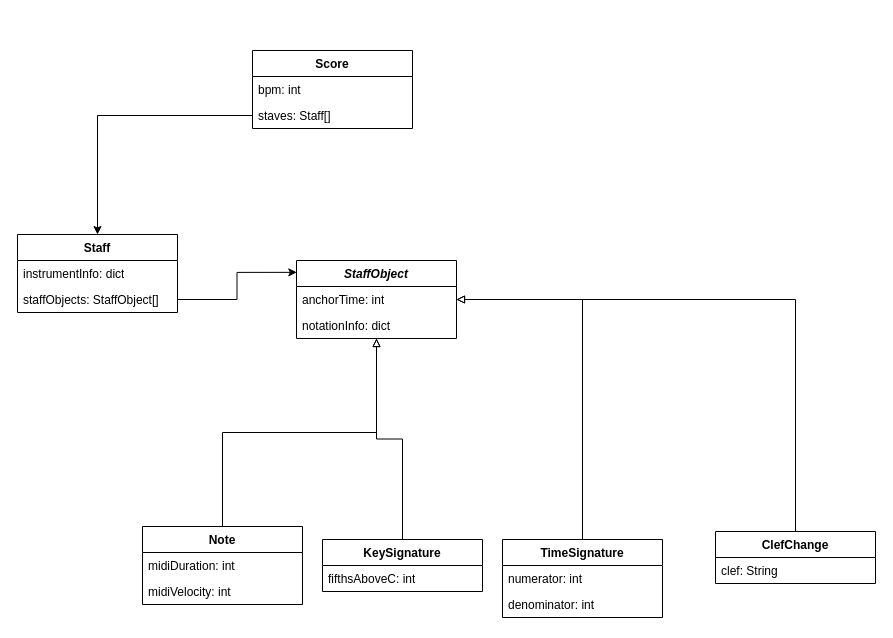
Above: docs/flowcharts/2 data structure.drawio in Bingergie/midi2musicxml (draw.io), before the change. Source tidied: cells renumbered, new cells numbered last; positions are measured from the earlier drawing's top-left corner, leaving out a move shared by most shapes. Both pictures are drawn from the tidied source at 100%, with x=0, y=0 at pixel (17, 50).
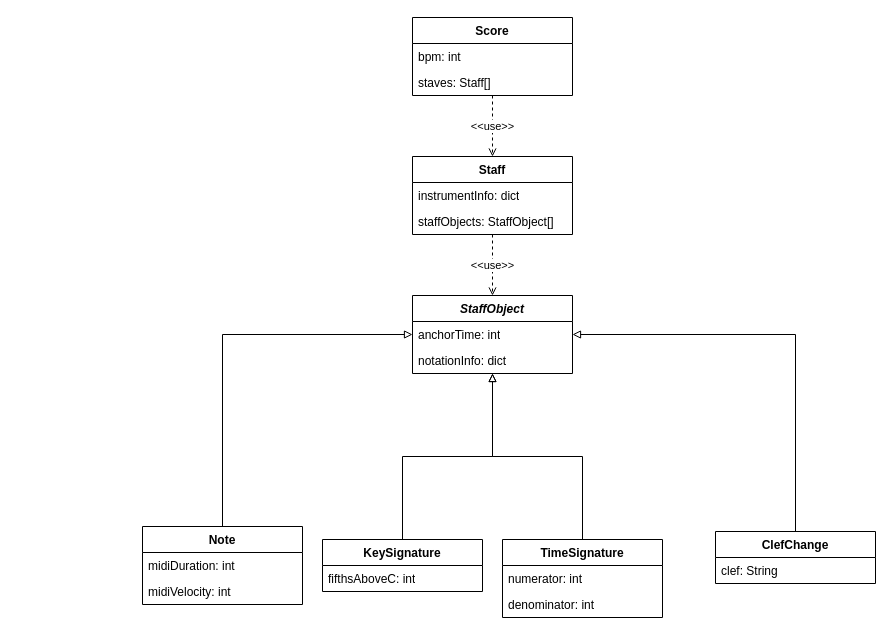
The same page after the edit.

The change refers to these unchanged cells:
```xml
<mxCell id="19" value="staffObjects: StaffObject[]" style="text;strokeColor=none;fillColor=none;align=left;verticalAlign=top;spacingLeft=4;spacingRight=4;overflow=hidden;points=[[0,0.5],[1,0.5]];portConstraint=eastwest;whiteSpace=wrap;html=1;" parent="17" vertex="1">
  <mxGeometry y="52" width="160" height="26" as="geometry" />
</mxCell>
<mxCell id="25" value="staves: Staff[]" style="text;strokeColor=none;fillColor=none;align=left;verticalAlign=top;spacingLeft=4;spacingRight=4;overflow=hidden;points=[[0,0.5],[1,0.5]];portConstraint=eastwest;whiteSpace=wrap;html=1;" parent="23" vertex="1">
  <mxGeometry y="52" width="160" height="26" as="geometry" />
</mxCell>
```

What changed in the source:
```diff
@@
     <mxCell id="6" value="&lt;i&gt;StaffObject&lt;/i&gt;" style="swimlane;fontStyle=1;align=center;verticalAlign=top;horizontal=1;startSize=26;whiteSpace=wrap;html=1;" parent="1" vertex="1">
-      <mxGeometry x="279" y="210" width="160" height="78" as="geometry" />
+      <mxGeometry x="395" y="245" width="160" height="78" as="geometry" />
     </mxCell>
@@
+    <mxCell id="27" value="&amp;lt;&amp;lt;use&amp;gt;&amp;gt;" style="edgeStyle=orthogonalEdgeStyle;rounded=0;jettySize=auto;html=1;dashed=1;endArrow=open;endFill=0;" parent="1" edge="1" source="17" target="6">
+      <mxGeometry relative="1" as="geometry" />
+    </mxCell>
     <mxCell id="17" value="Staff" style="swimlane;fontStyle=1;align=center;verticalAlign=top;horizontal=1;startSize=26;whiteSpace=wrap;html=1;" parent="1" vertex="1">
-      <mxGeometry y="184" width="160" height="78" as="geometry" />
+      <mxGeometry x="395" y="106" width="160" height="78" as="geometry" />
     </mxCell>
@@
-    <mxCell id="20" style="edgeStyle=orthogonalEdgeStyle;rounded=0;jettySize=auto;html=1;entryX=0.002;entryY=0.152;entryDx=0;entryDy=0;entryPerimeter=0;" parent="1" edge="1" source="19" target="6">
-      <mxGeometry relative="1" as="geometry" />
-    </mxCell>
@@
     <mxCell id="23" value="Score" style="swimlane;fontStyle=1;align=center;verticalAlign=top;horizontal=1;startSize=26;whiteSpace=wrap;html=1;" parent="1" vertex="1">
-      <mxGeometry x="235" width="160" height="78" as="geometry" />
+      <mxGeometry x="395" y="-33" width="160" height="78" as="geometry" />
     </mxCell>
@@
-    <mxCell id="26" style="edgeStyle=orthogonalEdgeStyle;rounded=0;jettySize=auto;html=1;" parent="1" edge="1" source="25" target="17">
-      <mxGeometry relative="1" as="geometry" />
-    </mxCell>
+    <mxCell id="28" value="&amp;lt;&amp;lt;use&amp;gt;&amp;gt;" style="edgeStyle=orthogonalEdgeStyle;rounded=0;jettySize=auto;html=1;dashed=1;endArrow=open;endFill=0;" parent="1" edge="1" source="23" target="17">
+      <mxGeometry relative="1" as="geometry" />
+    </mxCell>
```
